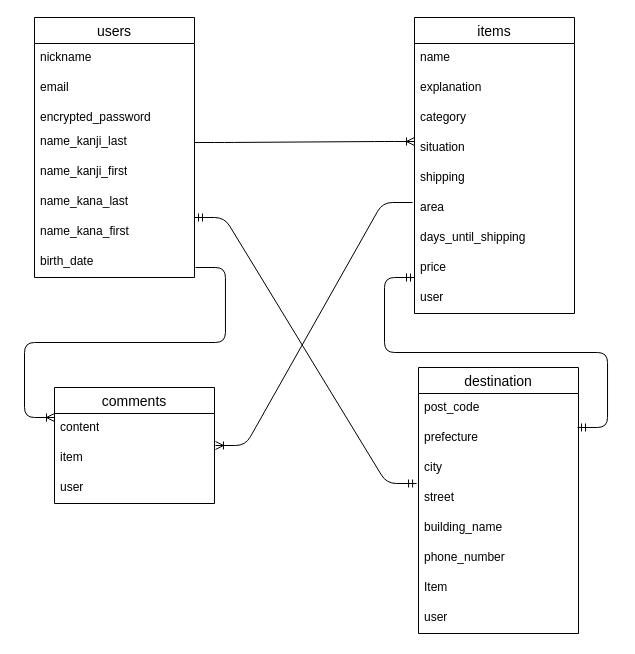
Before: furima.dio in smallteamlog/furima-47543, a draw.io diagram. Source tidied: cells renumbered, new cells numbered last; positions are measured from the earlier drawing's top-left corner, leaving out a move shared by most shapes. Both pictures are drawn from the tidied source at 100%, with x=0, y=0 at pixel (34, 17).
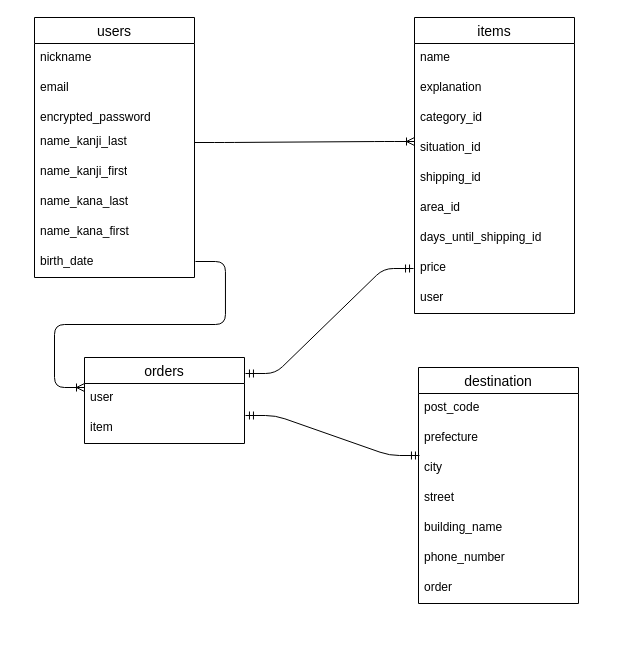
Above is the later version.

Unchanged cells that the change refers to:
```xml
<mxCell id="9" value="name_kana_first&lt;div&gt;&lt;br&gt;&lt;/div&gt;" style="text;strokeColor=none;fillColor=none;spacingLeft=4;spacingRight=4;overflow=hidden;points=[[0,0.5],[1,0.5]];portConstraint=eastwest;fontSize=12;whiteSpace=wrap;html=1;" parent="2" vertex="1">
  <mxGeometry y="200" width="160" height="30" as="geometry" />
</mxCell>
<mxCell id="10" value="birth_date" style="text;strokeColor=none;fillColor=none;spacingLeft=4;spacingRight=4;overflow=hidden;points=[[0,0.5],[1,0.5]];portConstraint=eastwest;fontSize=12;whiteSpace=wrap;html=1;" parent="2" vertex="1">
  <mxGeometry y="230" width="160" height="30" as="geometry" />
</mxCell>
<mxCell id="11" value="items" style="swimlane;fontStyle=0;horizontal=1;startSize=26;align=center;fontSize=14;" parent="1" vertex="1">
  <mxGeometry x="380" width="160" height="296" as="geometry" />
</mxCell>
<mxCell id="19" value="price" style="text;strokeColor=none;fillColor=none;spacingLeft=4;spacingRight=4;overflow=hidden;points=[[0,0.5],[1,0.5]];portConstraint=eastwest;fontSize=12;whiteSpace=wrap;html=1;" parent="11" vertex="1">
  <mxGeometry y="236" width="160" height="30" as="geometry" />
</mxCell>
<mxCell id="27" value="prefecture" style="text;strokeColor=none;fillColor=none;spacingLeft=4;spacingRight=4;overflow=hidden;points=[[0,0.5],[1,0.5]];portConstraint=eastwest;fontSize=12;whiteSpace=wrap;html=1;" parent="25" vertex="1">
  <mxGeometry y="56" width="160" height="30" as="geometry" />
</mxCell>
<mxCell id="28" value="city" style="text;strokeColor=none;fillColor=none;spacingLeft=4;spacingRight=4;overflow=hidden;points=[[0,0.5],[1,0.5]];portConstraint=eastwest;fontSize=12;whiteSpace=wrap;html=1;" parent="25" vertex="1">
  <mxGeometry y="86" width="160" height="30" as="geometry" />
</mxCell>
<mxCell id="29" value="street" style="text;strokeColor=none;fillColor=none;spacingLeft=4;spacingRight=4;overflow=hidden;points=[[0,0.5],[1,0.5]];portConstraint=eastwest;fontSize=12;whiteSpace=wrap;html=1;" parent="25" vertex="1">
  <mxGeometry y="116" width="160" height="30" as="geometry" />
</mxCell>
```

The edit, as a diff of the source:
```diff
@@
-    <mxCell id="14" value="category" style="text;strokeColor=none;fillColor=none;spacingLeft=4;spacingRight=4;overflow=hidden;fontSize=12;whiteSpace=wrap;html=1;" parent="11" vertex="1">
+    <mxCell id="14" value="category_id" style="text;strokeColor=none;fillColor=none;spacingLeft=4;spacingRight=4;overflow=hidden;fontSize=12;whiteSpace=wrap;html=1;" parent="11" vertex="1">
       <mxGeometry y="86" width="160" height="30" as="geometry" />
     </mxCell>
-    <mxCell id="15" value="situation" style="text;strokeColor=none;fillColor=none;spacingLeft=4;spacingRight=4;overflow=hidden;fontSize=12;whiteSpace=wrap;html=1;" parent="11" vertex="1">
+    <mxCell id="15" value="situation_id" style="text;strokeColor=none;fillColor=none;spacingLeft=4;spacingRight=4;overflow=hidden;fontSize=12;whiteSpace=wrap;html=1;" parent="11" vertex="1">
       <mxGeometry y="116" width="160" height="30" as="geometry" />
     </mxCell>
-    <mxCell id="16" value="shipping" style="text;strokeColor=none;fillColor=none;spacingLeft=4;spacingRight=4;overflow=hidden;fontSize=12;whiteSpace=wrap;html=1;" parent="11" vertex="1">
+    <mxCell id="16" value="shipping_id" style="text;strokeColor=none;fillColor=none;spacingLeft=4;spacingRight=4;overflow=hidden;fontSize=12;whiteSpace=wrap;html=1;" parent="11" vertex="1">
       <mxGeometry y="146" width="160" height="30" as="geometry" />
     </mxCell>
-    <mxCell id="17" value="area" style="text;strokeColor=none;fillColor=none;spacingLeft=4;spacingRight=4;overflow=hidden;points=[[0,0.5],[1,0.5]];portConstraint=eastwest;fontSize=12;whiteSpace=wrap;html=1;" parent="11" vertex="1">
+    <mxCell id="17" value="area_id" style="text;strokeColor=none;fillColor=none;spacingLeft=4;spacingRight=4;overflow=hidden;points=[[0,0.5],[1,0.5]];portConstraint=eastwest;fontSize=12;whiteSpace=wrap;html=1;" parent="11" vertex="1">
       <mxGeometry y="176" width="160" height="30" as="geometry" />
     </mxCell>
-    <mxCell id="18" value="days_until_shipping" style="text;strokeColor=none;fillColor=none;spacingLeft=4;spacingRight=4;overflow=hidden;fontSize=12;whiteSpace=wrap;html=1;" parent="11" vertex="1">
+    <mxCell id="18" value="days_until_shipping_id" style="text;strokeColor=none;fillColor=none;spacingLeft=4;spacingRight=4;overflow=hidden;fontSize=12;whiteSpace=wrap;html=1;" parent="11" vertex="1">
       <mxGeometry y="206" width="160" height="30" as="geometry" />
     </mxCell>
@@
-    <mxCell id="21" value="comments" style="swimlane;fontStyle=0;horizontal=1;startSize=26;align=center;fontSize=14;" parent="1" vertex="1">
-      <mxGeometry x="20" y="370" width="160" height="116" as="geometry" />
-    </mxCell>
-    <mxCell id="22" value="content" style="text;strokeColor=none;fillColor=none;spacingLeft=4;spacingRight=4;overflow=hidden;fontSize=12;whiteSpace=wrap;html=1;" parent="21" vertex="1">
-      <mxGeometry y="26" width="160" height="30" as="geometry" />
-    </mxCell>
-    <mxCell id="23" value="item" style="text;strokeColor=none;fillColor=none;spacingLeft=4;spacingRight=4;overflow=hidden;points=[[0,0.5],[1,0.5]];portConstraint=eastwest;fontSize=12;whiteSpace=wrap;html=1;" parent="21" vertex="1">
-      <mxGeometry y="56" width="160" height="30" as="geometry" />
-    </mxCell>
-    <mxCell id="24" value="user" style="text;strokeColor=none;fillColor=none;spacingLeft=4;spacingRight=4;overflow=hidden;fontSize=12;whiteSpace=wrap;html=1;" parent="21" vertex="1">
-      <mxGeometry y="86" width="160" height="30" as="geometry" />
-    </mxCell>
     <mxCell id="25" value="destination" style="swimlane;fontStyle=0;horizontal=1;startSize=26;align=center;fontSize=14;" parent="1" vertex="1">
-      <mxGeometry x="384" y="350" width="160" height="266" as="geometry" />
+      <mxGeometry x="384" y="350" width="160" height="236" as="geometry" />
     </mxCell>
@@
-    <mxCell id="32" value="Item" style="text;strokeColor=none;fillColor=none;spacingLeft=4;spacingRight=4;overflow=hidden;fontSize=12;whiteSpace=wrap;html=1;" parent="25" vertex="1">
-      <mxGeometry y="206" width="160" height="30" as="geometry" />
-    </mxCell>
-    <mxCell id="33" value="user" style="text;strokeColor=none;fillColor=none;spacingLeft=4;spacingRight=4;overflow=hidden;fontSize=12;whiteSpace=wrap;html=1;" parent="25" vertex="1">
-      <mxGeometry y="236" width="160" height="30" as="geometry" />
-    </mxCell>
+    <mxCell id="39" value="order" style="text;strokeColor=none;fillColor=none;spacingLeft=4;spacingRight=4;overflow=hidden;fontSize=12;whiteSpace=wrap;html=1;" parent="25" vertex="1">
+      <mxGeometry y="206" width="160" height="30" as="geometry" />
+    </mxCell>
@@
-    <mxCell id="35" style="edgeStyle=entityRelationEdgeStyle;fontSize=12;html=1;endArrow=ERmandOne;startArrow=ERmandOne;exitX=0.994;exitY=0.133;exitDx=0;exitDy=0;exitPerimeter=0;" parent="1" edge="1" source="27">
-      <mxGeometry relative="1" as="geometry">
-        <mxPoint x="380" y="260" as="targetPoint" />
-      </mxGeometry>
-    </mxCell>
-    <mxCell id="36" style="edgeStyle=entityRelationEdgeStyle;fontSize=12;html=1;endArrow=ERoneToMany;exitX=1.006;exitY=0.667;exitDx=0;exitDy=0;exitPerimeter=0;" parent="1" edge="1" source="10">
-      <mxGeometry relative="1" as="geometry">
-        <mxPoint x="20" y="400" as="targetPoint" />
-      </mxGeometry>
-    </mxCell>
-    <mxCell id="37" style="edgeStyle=entityRelationEdgeStyle;fontSize=12;html=1;endArrow=ERoneToMany;entryX=1.006;entryY=0.067;entryDx=0;entryDy=0;entryPerimeter=0;exitX=-0.012;exitY=0.3;exitDx=0;exitDy=0;exitPerimeter=0;" parent="1" edge="1" source="17" target="23">
-      <mxGeometry relative="1" as="geometry" />
-    </mxCell>
-    <mxCell id="38" style="edgeStyle=entityRelationEdgeStyle;fontSize=12;html=1;endArrow=ERmandOne;startArrow=ERmandOne;exitX=1;exitY=0;exitDx=0;exitDy=0;exitPerimeter=0;entryX=-0.012;entryY=0;entryDx=0;entryDy=0;entryPerimeter=0;" parent="1" edge="1" source="9" target="29">
-      <mxGeometry relative="1" as="geometry" />
+    <mxCell id="38" value="orders" style="swimlane;fontStyle=0;horizontal=1;startSize=26;align=center;fontSize=14;" parent="1" vertex="1">
+      <mxGeometry x="50" y="340" width="160" height="86" as="geometry" />
     </mxCell>
+    <mxCell id="40" value="user" style="text;strokeColor=none;fillColor=none;spacingLeft=4;spacingRight=4;overflow=hidden;fontSize=12;whiteSpace=wrap;html=1;" parent="38" vertex="1">
+      <mxGeometry y="26" width="160" height="30" as="geometry" />
+    </mxCell>
+    <mxCell id="23" value="item" style="text;strokeColor=none;fillColor=none;spacingLeft=4;spacingRight=4;overflow=hidden;points=[[0,0.5],[1,0.5]];portConstraint=eastwest;fontSize=12;whiteSpace=wrap;html=1;" parent="38" vertex="1">
+      <mxGeometry y="56" width="160" height="30" as="geometry" />
+    </mxCell>
+    <mxCell id="41" style="edgeStyle=entityRelationEdgeStyle;fontSize=12;html=1;endArrow=ERoneToMany;exitX=1.006;exitY=0.467;exitDx=0;exitDy=0;exitPerimeter=0;" parent="1" edge="1" source="10">
+      <mxGeometry relative="1" as="geometry">
+        <mxPoint x="50" y="370" as="targetPoint" />
+        <Array as="points">
+          <mxPoint x="150" y="370" />
+          <mxPoint x="170" y="320" />
+        </Array>
+      </mxGeometry>
+    </mxCell>
+    <mxCell id="42" style="edgeStyle=entityRelationEdgeStyle;fontSize=12;html=1;endArrow=ERmandOne;startArrow=ERmandOne;exitX=1.006;exitY=0.186;exitDx=0;exitDy=0;exitPerimeter=0;entryX=-0.006;entryY=0.5;entryDx=0;entryDy=0;entryPerimeter=0;" parent="1" edge="1" source="38" target="19">
+      <mxGeometry relative="1" as="geometry">
+        <Array as="points">
+          <mxPoint x="360" y="250" />
+        </Array>
+      </mxGeometry>
+    </mxCell>
+    <mxCell id="43" style="edgeStyle=entityRelationEdgeStyle;fontSize=12;html=1;endArrow=ERmandOne;startArrow=ERmandOne;exitX=1.006;exitY=0.067;exitDx=0;exitDy=0;exitPerimeter=0;entryX=0.006;entryY=0.067;entryDx=0;entryDy=0;entryPerimeter=0;" parent="1" edge="1" source="23" target="28">
+      <mxGeometry relative="1" as="geometry">
+        <Array as="points">
+          <mxPoint x="370" y="390" />
+        </Array>
+      </mxGeometry>
+    </mxCell>
```
